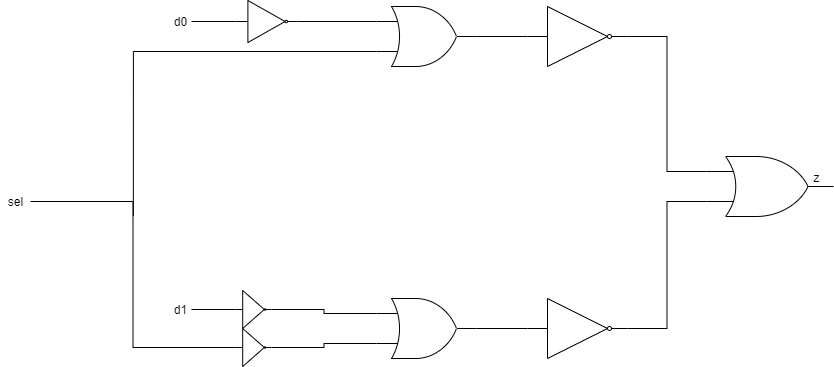
BenHalpe/Sim1 keeps this draw.io diagram as mux2.png. Above is the earlier version. Source tidied: cells renumbered, new cells last; positions are measured from the earlier drawing's top-left corner, leaving out a move shared by most shapes.
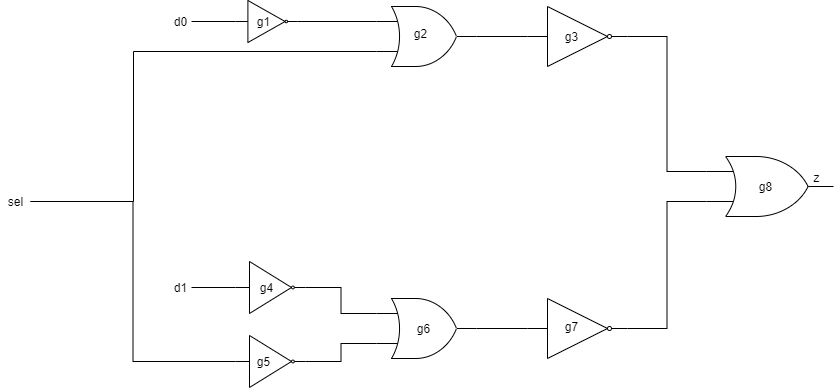
The same file after the commit.

Commit message:
added gate labels to mux2

What changed in the source:
```diff
@@ -2,6 +2,14 @@
   <root>
     <mxCell id="0" />
     <mxCell id="1" parent="0" />
+    <mxCell id="25" style="edgeStyle=orthogonalEdgeStyle;rounded=0;jettySize=auto;html=1;entryX=0;entryY=0.75;entryDx=0;entryDy=0;entryPerimeter=0;startArrow=none;startFill=0;endArrow=none;endFill=0;" parent="1" edge="1" source="3" target="15">
+      <mxGeometry relative="1" as="geometry">
+        <Array as="points">
+          <mxPoint x="133" y="201" />
+          <mxPoint x="133" y="51" />
+        </Array>
+      </mxGeometry>
+    </mxCell>
     <mxCell id="2" style="edgeStyle=orthogonalEdgeStyle;rounded=0;jettySize=auto;html=1;entryX=0;entryY=0.5;entryDx=0;entryDy=0;endArrow=none;endFill=0;" parent="1" edge="1" source="3" target="5">
       <mxGeometry relative="1" as="geometry" />
     </mxCell>
@@ -12,7 +20,7 @@
       <mxGeometry relative="1" as="geometry" />
     </mxCell>
     <mxCell id="5" style="verticalLabelPosition=bottom;shadow=0;dashed=0;align=center;html=1;verticalAlign=top;shape=mxgraph.electrical.logic_gates.buffer2;negating=1;" parent="1" vertex="1">
-      <mxGeometry x="235" y="328" width="36" height="38" as="geometry" />
+      <mxGeometry x="235" y="335" width="70" height="52" as="geometry" />
     </mxCell>
     <mxCell id="6" style="edgeStyle=orthogonalEdgeStyle;rounded=0;jettySize=auto;html=1;entryX=0;entryY=0.5;entryDx=0;entryDy=0;endArrow=none;endFill=0;" parent="1" edge="1" source="7" target="13">
       <mxGeometry relative="1" as="geometry" />
@@ -24,13 +32,13 @@
       <mxGeometry relative="1" as="geometry" />
     </mxCell>
     <mxCell id="9" style="verticalLabelPosition=bottom;shadow=0;dashed=0;align=center;html=1;verticalAlign=top;shape=mxgraph.electrical.logic_gates.buffer2;negating=1;" parent="1" vertex="1">
-      <mxGeometry x="235" y="290" width="36" height="38" as="geometry" />
+      <mxGeometry x="235" y="261" width="70" height="52" as="geometry" />
     </mxCell>
     <mxCell id="10" style="edgeStyle=orthogonalEdgeStyle;rounded=0;jettySize=auto;html=1;entryX=0;entryY=0.5;entryDx=0;entryDy=0;endArrow=none;endFill=0;" parent="1" edge="1" source="11" target="9">
       <mxGeometry relative="1" as="geometry" />
     </mxCell>
     <mxCell id="11" value="d1" style="text;html=1;align=center;verticalAlign=middle;points=[];" parent="1" vertex="1">
-      <mxGeometry x="168" y="300" width="23" height="18" as="geometry" />
+      <mxGeometry x="168" y="278" width="23" height="18" as="geometry" />
     </mxCell>
     <mxCell id="12" style="edgeStyle=orthogonalEdgeStyle;rounded=0;jettySize=auto;html=1;exitX=1;exitY=0.5;exitDx=0;exitDy=0;entryX=0;entryY=0.75;entryDx=0;entryDy=0;entryPerimeter=0;endArrow=none;endFill=0;" parent="1" edge="1" source="13" target="22">
       <mxGeometry relative="1" as="geometry" />
@@ -38,11 +46,6 @@
     <mxCell id="13" style="verticalLabelPosition=bottom;shadow=0;dashed=0;align=center;html=1;verticalAlign=top;shape=mxgraph.electrical.logic_gates.buffer2;negating=1;" parent="1" vertex="1">
       <mxGeometry x="527" y="298" width="100" height="60" as="geometry" />
     </mxCell>
-    <mxCell id="14" style="edgeStyle=orthogonalEdgeStyle;rounded=0;jettySize=auto;html=1;exitX=0;exitY=0.75;exitDx=0;exitDy=0;exitPerimeter=0;endArrow=none;endFill=0;" parent="1" edge="1" source="15">
-      <mxGeometry relative="1" as="geometry">
-        <mxPoint x="132.9" y="215.6" as="targetPoint" />
-      </mxGeometry>
-    </mxCell>
     <mxCell id="15" style="verticalLabelPosition=bottom;shadow=0;dashed=0;align=center;html=1;verticalAlign=top;shape=mxgraph.electrical.logic_gates.logic_gate;operation=or;" parent="1" vertex="1">
       <mxGeometry x="376" y="6" width="100" height="60" as="geometry" />
     </mxCell>
@@ -74,8 +77,32 @@
     <mxCell id="23" value="z" style="text;html=1;align=center;verticalAlign=middle;" parent="22" vertex="1">
       <mxGeometry x="102" y="12" width="16" height="18" as="geometry" />
     </mxCell>
+    <mxCell id="26" value="g8" style="text;html=1;align=center;verticalAlign=middle;" parent="22" vertex="1">
+      <mxGeometry x="47" y="21" width="23" height="18" as="geometry" />
+    </mxCell>
     <mxCell id="24" style="verticalLabelPosition=bottom;shadow=0;dashed=0;align=center;html=1;verticalAlign=top;shape=mxgraph.electrical.logic_gates.buffer2;negating=1;" parent="1" vertex="1">
       <mxGeometry x="527" y="6" width="100" height="60" as="geometry" />
     </mxCell>
+    <mxCell id="27" value="g1" style="text;html=1;align=center;verticalAlign=middle;" parent="1" vertex="1">
+      <mxGeometry x="251" y="12" width="23" height="18" as="geometry" />
+    </mxCell>
+    <mxCell id="28" value="g2" style="text;html=1;align=center;verticalAlign=middle;" parent="1" vertex="1">
+      <mxGeometry x="408" y="24" width="23" height="18" as="geometry" />
+    </mxCell>
+    <mxCell id="29" value="g3" style="text;html=1;align=center;verticalAlign=middle;" parent="1" vertex="1">
+      <mxGeometry x="559" y="27" width="23" height="18" as="geometry" />
+    </mxCell>
+    <mxCell id="30" value="g4" style="text;html=1;align=center;verticalAlign=middle;" parent="1" vertex="1">
+      <mxGeometry x="254.5" y="278" width="23" height="18" as="geometry" />
+    </mxCell>
+    <mxCell id="31" value="g5" style="text;html=1;align=center;verticalAlign=middle;" parent="1" vertex="1">
+      <mxGeometry x="251" y="352" width="23" height="18" as="geometry" />
+    </mxCell>
+    <mxCell id="32" value="g6" style="text;html=1;align=center;verticalAlign=middle;" parent="1" vertex="1">
+      <mxGeometry x="411" y="319" width="23" height="18" as="geometry" />
+    </mxCell>
+    <mxCell id="33" value="g7" style="text;html=1;align=center;verticalAlign=middle;" parent="1" vertex="1">
+      <mxGeometry x="559" y="317" width="23" height="18" as="geometry" />
+    </mxCell>
   </root>
 </mxGraphModel>
```
